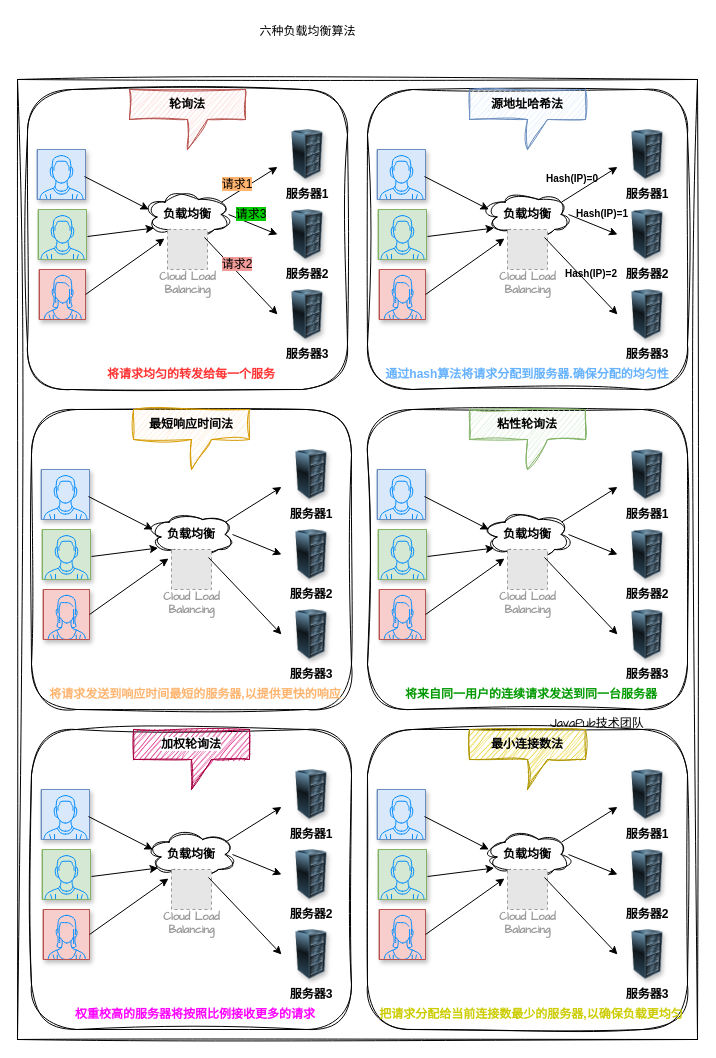
Earlier version of the draw.io diagram image-text/六种负载均衡算法.drawio (Rodert/javapub_oss). Source tidied: cells renumbered, new cells numbered last; positions are measured from the earlier drawing's top-left corner, leaving out a move shared by most shapes. Both pictures are drawn from the tidied source at 100%, with x=0, y=0 at pixel (17, 17). Pictures stored in the file or linked from it are replaced by grey dashed boxes.
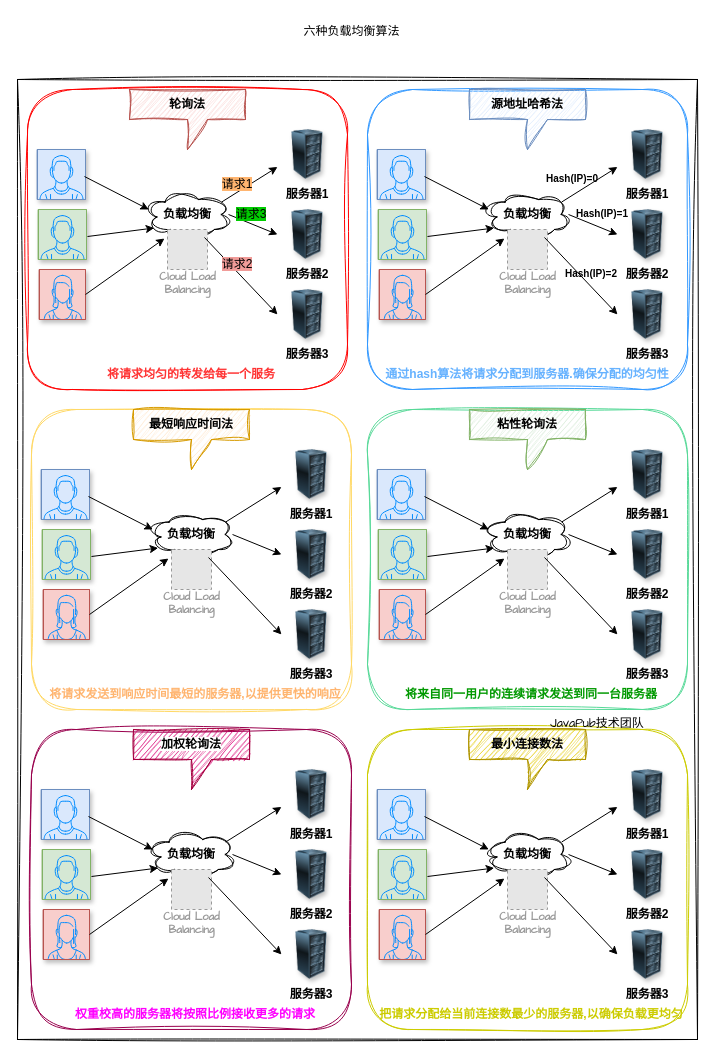
Above is the later version.

Commit message (it also covers changes not shown here):
更新六种负载均衡算法.drawio

What changed in the source:
```diff
@@
     <mxCell id="6" value="六种负载均衡算法" style="text;html=1;align=center;verticalAlign=middle;strokeColor=none;fillColor=none;fontFamily=Architects Daughter;" parent="1" vertex="1">
-      <mxGeometry x="230" width="120" height="30" as="geometry" />
+      <mxGeometry x="274" width="120" height="30" as="geometry" />
     </mxCell>
-    <mxCell id="7" style="rounded=1;whiteSpace=wrap;html=1;sketch=1;hachureGap=4;jiggle=2;curveFitting=1;fontFamily=Architects Daughter;" parent="1" vertex="1">
+    <mxCell id="7" style="rounded=1;whiteSpace=wrap;html=1;sketch=1;hachureGap=4;jiggle=2;curveFitting=1;fontFamily=Architects Daughter;strokeColor=#FF0000;" parent="1" vertex="1">
       <mxGeometry x="10" y="72" width="320" height="300" as="geometry" />
     </mxCell>
@@
-    <mxCell id="27" style="rounded=1;whiteSpace=wrap;html=1;sketch=1;hachureGap=4;jiggle=2;curveFitting=1;fontFamily=Architects Daughter;" parent="1" vertex="1">
+    <mxCell id="27" style="rounded=1;whiteSpace=wrap;html=1;sketch=1;hachureGap=4;jiggle=2;curveFitting=1;fontFamily=Architects Daughter;strokeColor=#3399FF;" parent="1" vertex="1">
       <mxGeometry x="350" y="72" width="320" height="300" as="geometry" />
     </mxCell>
@@
-    <mxCell id="47" style="rounded=1;whiteSpace=wrap;html=1;sketch=1;hachureGap=4;jiggle=2;curveFitting=1;fontFamily=Architects Daughter;" parent="1" vertex="1">
+    <mxCell id="47" style="rounded=1;whiteSpace=wrap;html=1;sketch=1;hachureGap=4;jiggle=2;curveFitting=1;fontFamily=Architects Daughter;strokeColor=#FFD966;" parent="1" vertex="1">
       <mxGeometry x="14" y="392" width="320" height="300" as="geometry" />
     </mxCell>
@@
-    <mxCell id="67" style="rounded=1;whiteSpace=wrap;html=1;sketch=1;hachureGap=4;jiggle=2;curveFitting=1;fontFamily=Architects Daughter;" parent="1" vertex="1">
+    <mxCell id="67" style="rounded=1;whiteSpace=wrap;html=1;sketch=1;hachureGap=4;jiggle=2;curveFitting=1;fontFamily=Architects Daughter;strokeColor=#57D998;" parent="1" vertex="1">
       <mxGeometry x="350" y="392" width="320" height="300" as="geometry" />
     </mxCell>
@@
-    <mxCell id="87" style="rounded=1;whiteSpace=wrap;html=1;sketch=1;hachureGap=4;jiggle=2;curveFitting=1;fontFamily=Architects Daughter;" parent="1" vertex="1">
+    <mxCell id="87" style="rounded=1;whiteSpace=wrap;html=1;sketch=1;hachureGap=4;jiggle=2;curveFitting=1;fontFamily=Architects Daughter;strokeColor=#99004D;" parent="1" vertex="1">
       <mxGeometry x="14" y="712" width="320" height="300" as="geometry" />
     </mxCell>
@@
-    <mxCell id="107" style="rounded=1;whiteSpace=wrap;html=1;sketch=1;hachureGap=4;jiggle=2;curveFitting=1;fontFamily=Architects Daughter;" parent="1" vertex="1">
+    <mxCell id="107" style="rounded=1;whiteSpace=wrap;html=1;sketch=1;hachureGap=4;jiggle=2;curveFitting=1;fontFamily=Architects Daughter;strokeColor=#CCCC00;" parent="1" vertex="1">
       <mxGeometry x="350" y="712" width="320" height="300" as="geometry" />
     </mxCell>
```
